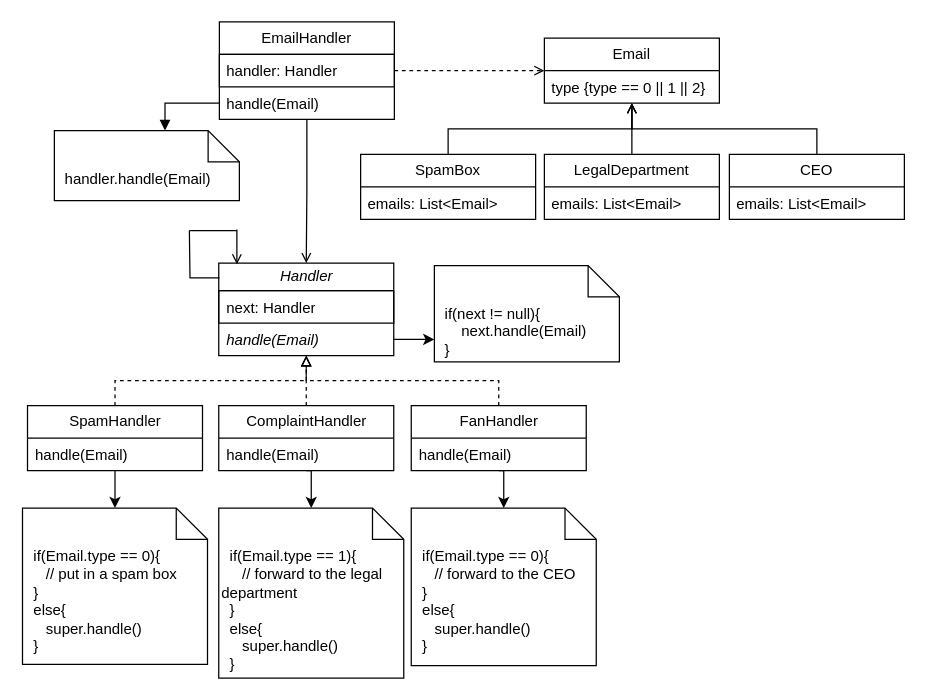
The draw.io diagram page "refactoredDesign" (3 of 3) of EmailHandler.drawio in Janette-Hua/111-1-Software-Engineering-Design, before the edit. Source tidied: cells renumbered, new cells numbered last; positions are measured from the earlier drawing's top-left corner, leaving out a move shared by most shapes. Both pictures are drawn from the tidied source at 125%, with x=0, y=0 at pixel (22, 21).
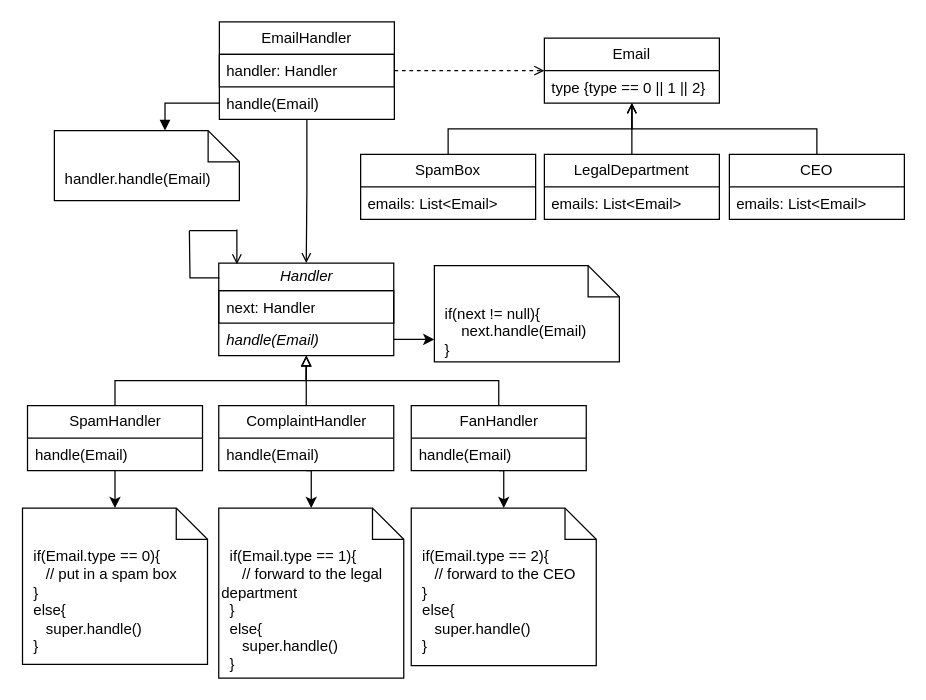
Above is the later version.

The change refers to these unchanged cells:
```xml
<mxCell id="22" value="SpamHandler" style="swimlane;fontStyle=0;horizontal=1;startSize=26;fillColor=none;whiteSpace=wrap;html=1;" parent="1" vertex="1">
  <mxGeometry x="3.5" y="307" width="140" height="52" as="geometry" />
</mxCell>
<mxCell id="26" value="ComplaintHandler" style="swimlane;fontStyle=0;horizontal=1;startSize=26;fillColor=none;whiteSpace=wrap;html=1;" parent="1" vertex="1">
  <mxGeometry x="156.5" y="307" width="140" height="52" as="geometry" />
</mxCell>
<mxCell id="30" value="FanHandler" style="swimlane;fontStyle=0;horizontal=1;startSize=26;fillColor=none;whiteSpace=wrap;html=1;" parent="1" vertex="1">
  <mxGeometry x="310.5" y="307" width="140" height="52" as="geometry" />
</mxCell>
<mxCell id="33" value="&lt;i&gt;Handler&lt;/i&gt;" style="swimlane;fontStyle=0;horizontal=1;startSize=22;fillColor=none;whiteSpace=wrap;html=1;" parent="1" vertex="1">
  <mxGeometry x="156.5" y="193" width="140" height="74" as="geometry" />
</mxCell>
```

Change to the diagram source:
```diff
@@
-    <mxCell id="20" style="edgeStyle=orthogonalEdgeStyle;rounded=0;jettySize=auto;html=1;exitX=0.5;exitY=0;exitDx=0;exitDy=0;entryX=0.5;entryY=1;entryDx=0;entryDy=0;dashed=1;endArrow=block;endFill=0;" parent="1" edge="1" source="22" target="33">
+    <mxCell id="20" style="edgeStyle=orthogonalEdgeStyle;rounded=0;jettySize=auto;html=1;exitX=0.5;exitY=0;exitDx=0;exitDy=0;entryX=0.5;entryY=1;entryDx=0;entryDy=0;endArrow=block;endFill=0;" parent="1" edge="1" source="22" target="33">
       <mxGeometry relative="1" as="geometry" />
     </mxCell>
@@
-    <mxCell id="24" style="edgeStyle=orthogonalEdgeStyle;rounded=0;jettySize=auto;html=1;exitX=0.5;exitY=0;exitDx=0;exitDy=0;entryX=0.5;entryY=1;entryDx=0;entryDy=0;dashed=1;endArrow=block;endFill=0;" parent="1" edge="1" source="26" target="33">
+    <mxCell id="24" style="edgeStyle=orthogonalEdgeStyle;rounded=0;jettySize=auto;html=1;exitX=0.5;exitY=0;exitDx=0;exitDy=0;entryX=0.5;entryY=1;entryDx=0;entryDy=0;endArrow=block;endFill=0;" parent="1" edge="1" source="26" target="33">
       <mxGeometry relative="1" as="geometry" />
     </mxCell>
@@
-    <mxCell id="28" style="edgeStyle=orthogonalEdgeStyle;rounded=0;jettySize=auto;html=1;exitX=0.5;exitY=0;exitDx=0;exitDy=0;entryX=0.5;entryY=1;entryDx=0;entryDy=0;endArrow=block;endFill=0;dashed=1;" parent="1" edge="1" source="30" target="33">
+    <mxCell id="28" style="edgeStyle=orthogonalEdgeStyle;rounded=0;jettySize=auto;html=1;exitX=0.5;exitY=0;exitDx=0;exitDy=0;entryX=0.5;entryY=1;entryDx=0;entryDy=0;endArrow=block;endFill=0;" parent="1" edge="1" source="30" target="33">
       <mxGeometry relative="1" as="geometry" />
     </mxCell>
@@
-    <mxCell id="38" value="&amp;nbsp; if(Email.type == 0){&lt;br&gt;&amp;nbsp; &amp;nbsp; &amp;nbsp;// forward to the CEO&lt;br&gt;&amp;nbsp; }&lt;br&gt;&amp;nbsp; else{&lt;br&gt;&amp;nbsp; &amp;nbsp; &amp;nbsp;super.handle()&lt;br&gt;&amp;nbsp; }" style="shape=note2;boundedLbl=1;whiteSpace=wrap;html=1;size=25;verticalAlign=top;align=left;" parent="1" vertex="1">
+    <mxCell id="38" value="&amp;nbsp; if(Email.type == 2){&lt;br&gt;&amp;nbsp; &amp;nbsp; &amp;nbsp;// forward to the CEO&lt;br&gt;&amp;nbsp; }&lt;br&gt;&amp;nbsp; else{&lt;br&gt;&amp;nbsp; &amp;nbsp; &amp;nbsp;super.handle()&lt;br&gt;&amp;nbsp; }" style="shape=note2;boundedLbl=1;whiteSpace=wrap;html=1;size=25;verticalAlign=top;align=left;" parent="1" vertex="1">
       <mxGeometry x="310.5" y="389" width="148" height="126" as="geometry" />
     </mxCell>
```
